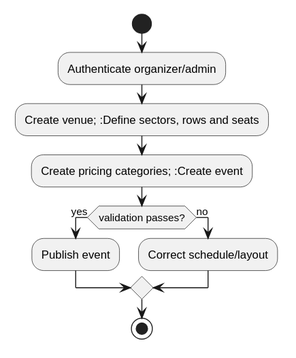
Earlier version of the PlantUML export docs/diagrams/export/admin-event-activity.svg (Hessam-Hosseinian/event-ticketing-platform). The source it was exported from:
```plantuml
@startuml
start
:Authenticate organizer/admin;
:Create venue; :Define sectors, rows and seats;
:Create pricing categories; :Create event;
if (validation passes?) then (yes)
 :Publish event;
else (no)
 :Correct schedule/layout;
endif
stop
@enduml
```
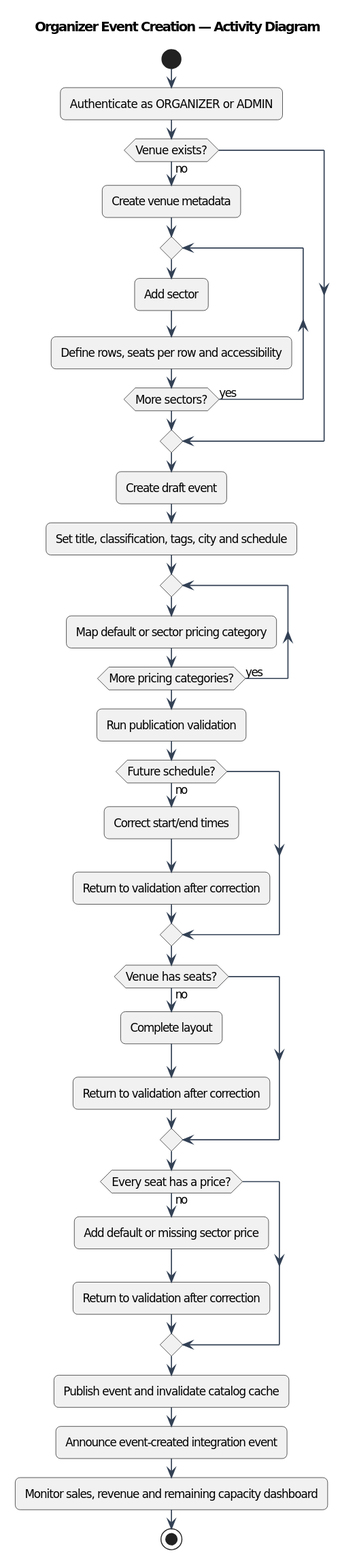
The same diagram one commit later.

Diff of the diagram source:
```diff
@@ -1,12 +1,35 @@
 @startuml
+!include theme.iuml
+title Organizer Event Creation — Activity Diagram
 start
-:Authenticate organizer/admin;
-:Create venue; :Define sectors, rows and seats;
-:Create pricing categories; :Create event;
-if (validation passes?) then (yes)
- :Publish event;
-else (no)
- :Correct schedule/layout;
+:Authenticate as ORGANIZER or ADMIN;
+if (Venue exists?) then (no)
+  :Create venue metadata;
+  repeat
+    :Add sector;
+    :Define rows, seats per row and accessibility;
+  repeat while (More sectors?) is (yes)
 endif
+:Create draft event;
+:Set title, classification, tags, city and schedule;
+repeat
+  :Map default or sector pricing category;
+repeat while (More pricing categories?) is (yes)
+:Run publication validation;
+if (Future schedule?) then (no)
+  :Correct start/end times;
+  :Return to validation after correction;
+endif
+if (Venue has seats?) then (no)
+  :Complete layout;
+  :Return to validation after correction;
+endif
+if (Every seat has a price?) then (no)
+  :Add default or missing sector price;
+  :Return to validation after correction;
+endif
+:Publish event and invalidate catalog cache;
+:Announce event-created integration event;
+:Monitor sales, revenue and remaining capacity dashboard;
 stop
 @enduml
```
